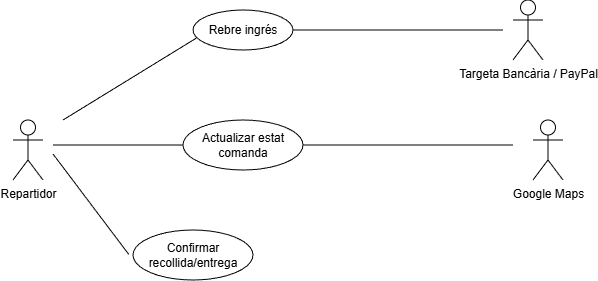
Earlier version of the draw.io export Diagrames/Diagrames cas de ús/Diagrames per perfil/Repartidor.drawio.png (MarcelPainos/ES26UAB-431-12). Source tidied: cells renumbered, new cells last; positions are measured from the earlier drawing's top-left corner, leaving out a move shared by most shapes.
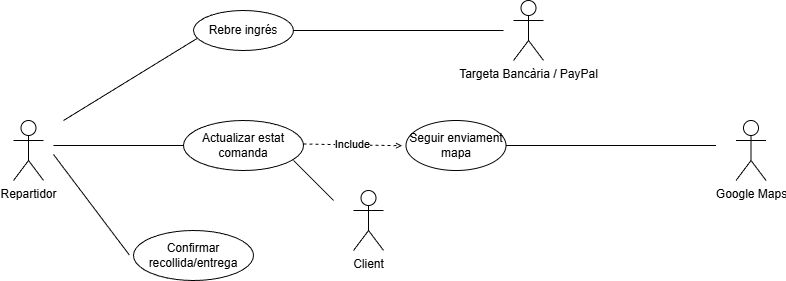
The same diagram one commit later.

What changed in the source:
```diff
@@ -38,13 +38,30 @@
       </mxGeometry>
     </mxCell>
     <mxCell id="11" value="Google Maps" style="shape=umlActor;verticalLabelPosition=bottom;verticalAlign=top;html=1;direction=east;" parent="1" vertex="1">
-      <mxGeometry x="520" y="120" width="30" height="60" as="geometry" />
+      <mxGeometry x="722.5" y="120" width="30" height="60" as="geometry" />
     </mxCell>
-    <mxCell id="12" style="endArrow=none;html=1;rounded=0;" parent="1" edge="1">
-      <mxGeometry relative="1" as="geometry">
-        <mxPoint x="290" y="145" as="sourcePoint" />
-        <mxPoint x="500" y="145" as="targetPoint" />
-      </mxGeometry>
-    </mxCell>
+    <mxCell id="13" value="Seguir enviament mapa" style="ellipse;whiteSpace=wrap;html=1;direction=east;" parent="1" vertex="1">
+      <mxGeometry x="392.5" y="120" width="100" height="50" as="geometry" />
+    </mxCell>
+    <mxCell id="14" style="endArrow=none;html=1;rounded=0;" parent="1" edge="1">
+      <mxGeometry relative="1" as="geometry">
+        <mxPoint x="492.5" y="145" as="sourcePoint" />
+        <mxPoint x="702.5" y="145" as="targetPoint" />
+      </mxGeometry>
+    </mxCell>
+    <mxCell id="15" value="Include" style="endArrow=open;endSize=4;endFill=0;html=1;rounded=0;exitX=0.116;exitY=0.177;exitDx=0;exitDy=0;entryX=-0.039;entryY=0.505;entryDx=0;entryDy=0;entryPerimeter=0;exitPerimeter=0;strokeColor=default;align=center;verticalAlign=middle;fontFamily=Helvetica;fontSize=11;fontColor=default;labelBackgroundColor=default;dashed=1;" parent="1" edge="1" target="13">
+      <mxGeometry relative="1" as="geometry">
+        <mxPoint x="290" y="143.5" as="sourcePoint" />
+      </mxGeometry>
+    </mxCell>
+    <mxCell id="16" value="Client" style="shape=umlActor;verticalLabelPosition=bottom;verticalAlign=top;html=1;" parent="1" vertex="1">
+      <mxGeometry x="340" y="190" width="30" height="60" as="geometry" />
+    </mxCell>
+    <mxCell id="17" style="endArrow=none;html=1;rounded=0;" parent="1" edge="1">
+      <mxGeometry relative="1" as="geometry">
+        <mxPoint x="320" y="200" as="sourcePoint" />
+        <mxPoint x="280" y="160" as="targetPoint" />
+      </mxGeometry>
+    </mxCell>
   </root>
 </mxGraphModel>
```
